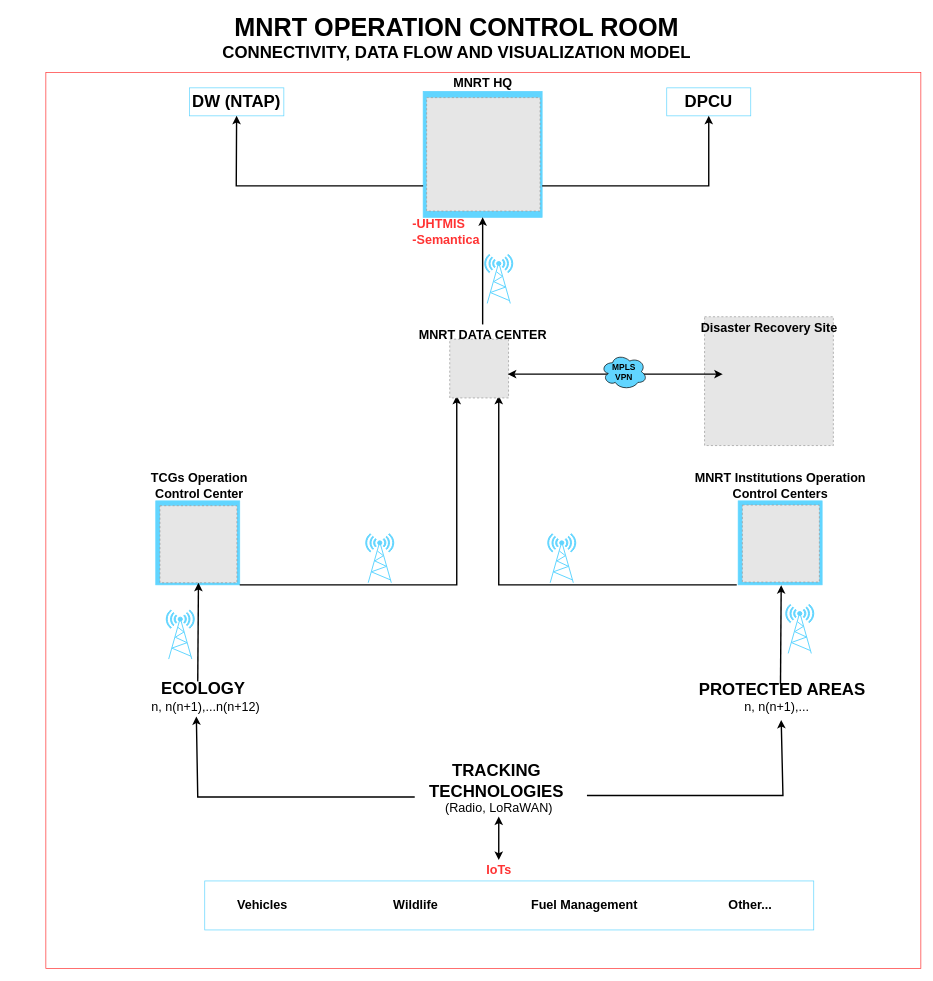
This is control-room.drawio from MbalamulaS/tech-diagrams, a draw.io file, before an edit. Source tidied: cells renumbered, new cells numbered last; positions are measured from the earlier drawing's top-left corner, leaving out a move shared by most shapes. Both pictures are drawn from the tidied source at 70%, with x=0, y=0 at pixel (12, 16). Pictures stored in the file or linked from it are replaced by grey dashed boxes.
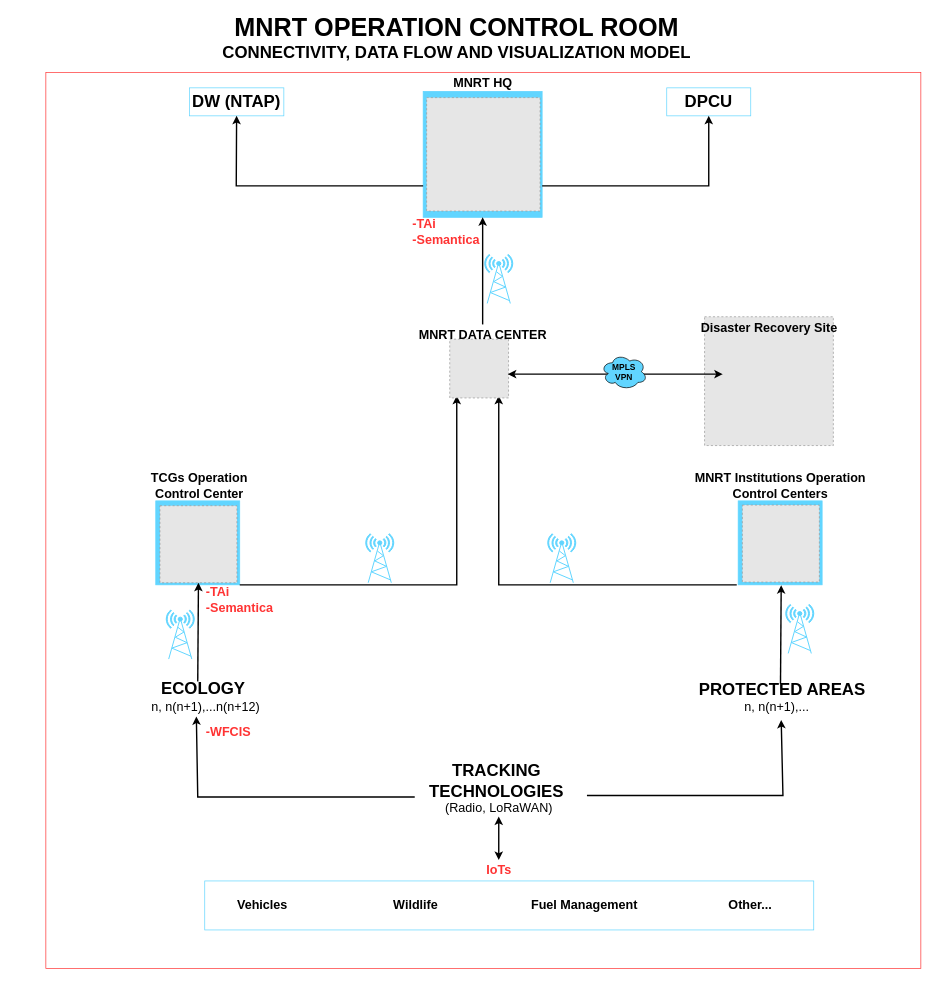
The same page after the edit.

Commit message:
Update control-room 7 Sept 2024

The edit, as a diff of the source:
```diff
@@
-    <mxCell id="30" value="&lt;div align=&quot;left&quot;&gt;&lt;b&gt;&lt;font style=&quot;font-size: 18px;&quot; color=&quot;#ff3333&quot;&gt;-UHTMIS&lt;/font&gt;&lt;/b&gt;&lt;/div&gt;&lt;div align=&quot;left&quot;&gt;&lt;b&gt;&lt;font style=&quot;font-size: 18px;&quot; color=&quot;#ff3333&quot;&gt;-Semantica&lt;/font&gt;&lt;/b&gt;&lt;/div&gt;" style="text;html=1;align=left;verticalAlign=middle;whiteSpace=wrap;rounded=0;" parent="1" vertex="1">
+    <mxCell id="30" value="&lt;div align=&quot;left&quot;&gt;&lt;b&gt;&lt;font style=&quot;font-size: 18px;&quot; color=&quot;#ff3333&quot;&gt;-TAi&lt;/font&gt;&lt;/b&gt;&lt;/div&gt;&lt;div align=&quot;left&quot;&gt;&lt;b&gt;&lt;font style=&quot;font-size: 18px;&quot; color=&quot;#ff3333&quot;&gt;-Semantica&lt;/font&gt;&lt;/b&gt;&lt;/div&gt;" style="text;html=1;align=left;verticalAlign=middle;whiteSpace=wrap;rounded=0;" parent="1" vertex="1">
       <mxGeometry x="570" y="286" width="130" height="44" as="geometry" />
     </mxCell>
@@
+    <mxCell id="50" value="&lt;div align=&quot;left&quot;&gt;&lt;b&gt;&lt;font style=&quot;font-size: 18px;&quot; color=&quot;#ff3333&quot;&gt;-TAi&lt;/font&gt;&lt;/b&gt;&lt;/div&gt;&lt;div align=&quot;left&quot;&gt;&lt;b&gt;&lt;font style=&quot;font-size: 18px;&quot; color=&quot;#ff3333&quot;&gt;-Semantica&lt;/font&gt;&lt;/b&gt;&lt;/div&gt;" style="text;html=1;align=left;verticalAlign=middle;whiteSpace=wrap;rounded=0;" parent="1" vertex="1">
+      <mxGeometry x="275" y="812" width="130" height="44" as="geometry" />
+    </mxCell>
+    <mxCell id="51" value="&lt;div align=&quot;left&quot;&gt;&lt;b&gt;&lt;font style=&quot;font-size: 18px;&quot; color=&quot;#ff3333&quot;&gt;-WFCIS&lt;/font&gt;&lt;/b&gt;&lt;/div&gt;" style="text;html=1;align=left;verticalAlign=middle;whiteSpace=wrap;rounded=0;" parent="1" vertex="1">
+      <mxGeometry x="275" y="1001" width="70" height="44" as="geometry" />
+    </mxCell>
```
